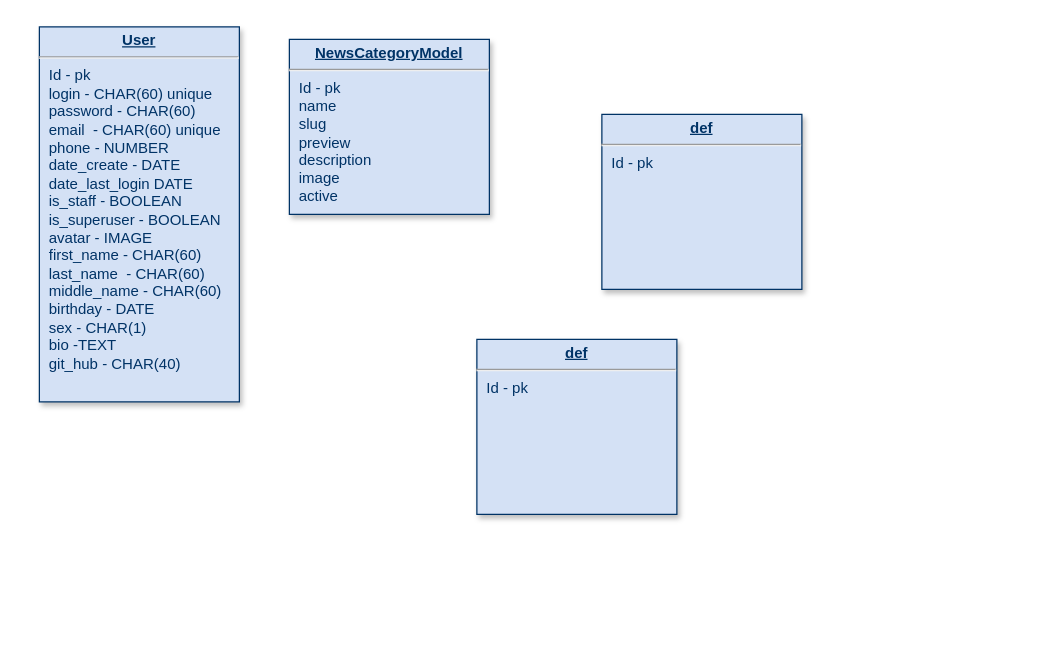
Earlier version of the draw.io diagram Диаграмма без названия.drawio (dimasikol/quiz_generate). Source tidied: cells renumbered, new cells numbered last; positions are measured from the earlier drawing's top-left corner, leaving out a move shared by most shapes. Both pictures are drawn from the tidied source at 125%, with x=0, y=0 at pixel (39, 26).
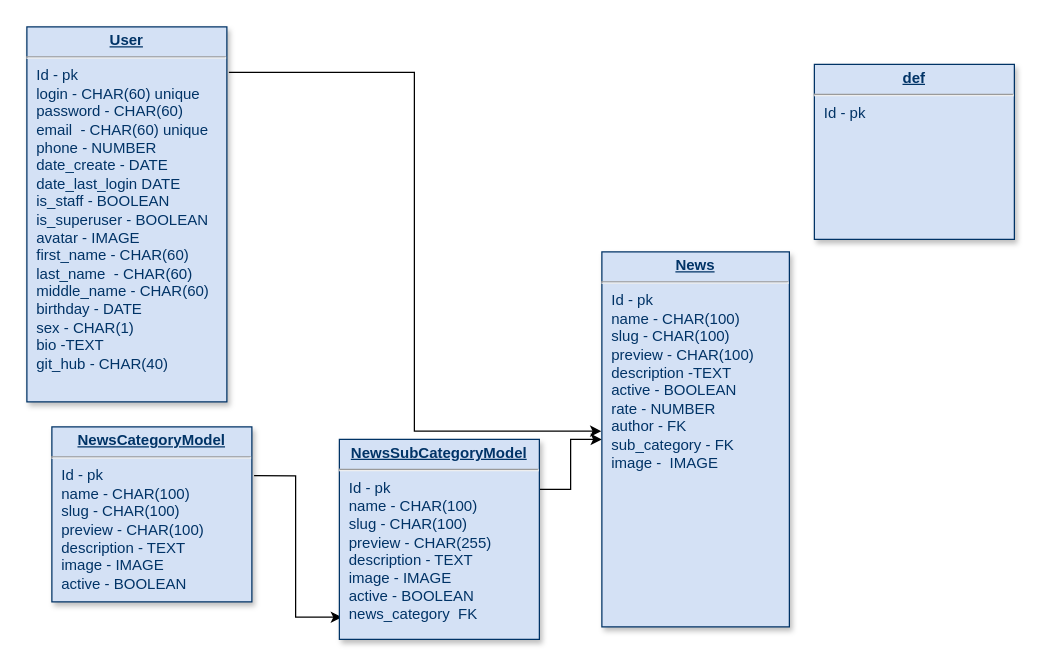
Above is the later version.

Diff of the diagram source:
```diff
@@
 <mxGraphModel>
   <root>
     <mxCell id="0" />
     <mxCell id="1" parent="0" />
+    <mxCell id="6" style="edgeStyle=orthogonalEdgeStyle;rounded=0;jettySize=auto;html=1;exitX=-0.01;exitY=0.879;exitDx=0;exitDy=0;exitPerimeter=0;entryX=1.003;entryY=0.522;entryDx=0;entryDy=0;entryPerimeter=0;" parent="1" edge="1" source="2" target="9">
+      <mxGeometry relative="1" as="geometry" />
+    </mxCell>
     <mxCell id="2" value="&lt;p style=&quot;margin: 0px; margin-top: 4px; text-align: center; text-decoration: underline;&quot;&gt;&lt;strong&gt;User&lt;/strong&gt;&lt;/p&gt;&lt;hr&gt;&lt;p style=&quot;margin: 0px; margin-left: 8px;&quot;&gt;Id - pk&lt;/p&gt;&lt;p style=&quot;margin: 0px; margin-left: 8px;&quot;&gt;login - CHAR(60) unique&lt;/p&gt;&lt;p style=&quot;margin: 0px; margin-left: 8px;&quot;&gt;password - CHAR(60)&lt;/p&gt;&lt;p style=&quot;margin: 0px; margin-left: 8px;&quot;&gt;email&amp;nbsp; - CHAR(60) unique&lt;/p&gt;&lt;p style=&quot;margin: 0px; margin-left: 8px;&quot;&gt;phone - NUMBER&lt;/p&gt;&lt;p style=&quot;margin: 0px; margin-left: 8px;&quot;&gt;date_create - DATE&lt;/p&gt;&lt;p style=&quot;margin: 0px; margin-left: 8px;&quot;&gt;date_last_login DATE&lt;/p&gt;&lt;p style=&quot;margin: 0px; margin-left: 8px;&quot;&gt;is_staff - BOOLEAN&lt;/p&gt;&lt;p style=&quot;margin: 0px; margin-left: 8px;&quot;&gt;is_superuser - BOOLEAN&lt;/p&gt;&lt;p style=&quot;margin: 0px; margin-left: 8px;&quot;&gt;avatar - IMAGE&lt;/p&gt;&lt;p style=&quot;margin: 0px; margin-left: 8px;&quot;&gt;first_name - CHAR(60)&lt;/p&gt;&lt;p style=&quot;margin: 0px; margin-left: 8px;&quot;&gt;last_name&amp;nbsp; - CHAR(60)&lt;/p&gt;&lt;p style=&quot;margin: 0px; margin-left: 8px;&quot;&gt;middle_name - CHAR(60)&lt;/p&gt;&lt;p style=&quot;margin: 0px; margin-left: 8px;&quot;&gt;birthday - DATE&lt;/p&gt;&lt;p style=&quot;margin: 0px; margin-left: 8px;&quot;&gt;sex - CHAR(1)&lt;/p&gt;&lt;p style=&quot;margin: 0px; margin-left: 8px;&quot;&gt;bio -TEXT&lt;/p&gt;&lt;p style=&quot;margin: 0px; margin-left: 8px;&quot;&gt;git_hub - CHAR(40)&lt;/p&gt;&lt;p style=&quot;margin: 0px; margin-left: 8px;&quot;&gt;&lt;br&gt;&lt;/p&gt;" style="verticalAlign=top;align=left;overflow=fill;fontSize=12;fontFamily=Helvetica;html=1;strokeColor=#003366;shadow=1;fillColor=#D4E1F5;fontColor=#003366;direction=west;" parent="1" vertex="1">
-      <mxGeometry width="160" height="300" as="geometry" />
+      <mxGeometry x="-10" width="160" height="300" as="geometry" />
     </mxCell>
+    <mxCell id="7" style="edgeStyle=orthogonalEdgeStyle;rounded=0;jettySize=auto;html=1;entryX=0.987;entryY=0.111;entryDx=0;entryDy=0;entryPerimeter=0;exitX=-0.011;exitY=0.721;exitDx=0;exitDy=0;exitPerimeter=0;" parent="1" edge="1" source="3" target="5">
+      <mxGeometry relative="1" as="geometry" />
+    </mxCell>
-    <mxCell id="3" value="&lt;p style=&quot;margin: 0px; margin-top: 4px; text-align: center; text-decoration: underline;&quot;&gt;&lt;strong&gt;NewsCategoryModel&lt;/strong&gt;&lt;/p&gt;&lt;hr&gt;&lt;p style=&quot;margin: 0px; margin-left: 8px;&quot;&gt;Id - pk&lt;/p&gt;&lt;p style=&quot;margin: 0px; margin-left: 8px;&quot;&gt;name&lt;/p&gt;&lt;p style=&quot;margin: 0px; margin-left: 8px;&quot;&gt;slug&lt;/p&gt;&lt;p style=&quot;margin: 0px; margin-left: 8px;&quot;&gt;preview&lt;/p&gt;&lt;p style=&quot;margin: 0px; margin-left: 8px;&quot;&gt;description&lt;/p&gt;&lt;p style=&quot;margin: 0px; margin-left: 8px;&quot;&gt;image&lt;/p&gt;&lt;p style=&quot;margin: 0px; margin-left: 8px;&quot;&gt;active&lt;/p&gt;" style="verticalAlign=top;align=left;overflow=fill;fontSize=12;fontFamily=Helvetica;html=1;strokeColor=#003366;shadow=1;fillColor=#D4E1F5;fontColor=#003366;direction=west;" parent="1" vertex="1">
-      <mxGeometry x="200" y="10" width="160" height="140" as="geometry" />
+    <mxCell id="3" value="&lt;p style=&quot;margin: 0px; margin-top: 4px; text-align: center; text-decoration: underline;&quot;&gt;&lt;strong&gt;NewsCategoryModel&lt;/strong&gt;&lt;/p&gt;&lt;hr&gt;&lt;p style=&quot;margin: 0px; margin-left: 8px;&quot;&gt;Id - pk&lt;/p&gt;&lt;p style=&quot;margin: 0px; margin-left: 8px;&quot;&gt;name - CHAR(100)&lt;/p&gt;&lt;p style=&quot;margin: 0px; margin-left: 8px;&quot;&gt;slug - CHAR(100)&lt;/p&gt;&lt;p style=&quot;margin: 0px; margin-left: 8px;&quot;&gt;preview - CHAR(100)&lt;/p&gt;&lt;p style=&quot;margin: 0px; margin-left: 8px;&quot;&gt;description - TEXT&lt;/p&gt;&lt;p style=&quot;margin: 0px; margin-left: 8px;&quot;&gt;image - IMAGE&lt;/p&gt;&lt;p style=&quot;margin: 0px; margin-left: 8px;&quot;&gt;active - BOOLEAN&lt;/p&gt;" style="verticalAlign=top;align=left;overflow=fill;fontSize=12;fontFamily=Helvetica;html=1;strokeColor=#003366;shadow=1;fillColor=#D4E1F5;fontColor=#003366;direction=west;" parent="1" vertex="1">
+      <mxGeometry x="10" y="320" width="160" height="140" as="geometry" />
     </mxCell>
     <mxCell id="4" value="&lt;p style=&quot;margin: 0px; margin-top: 4px; text-align: center; text-decoration: underline;&quot;&gt;&lt;strong&gt;def&lt;/strong&gt;&lt;/p&gt;&lt;hr&gt;&lt;p style=&quot;margin: 0px; margin-left: 8px;&quot;&gt;Id - pk&lt;/p&gt;&lt;p style=&quot;margin: 0px; margin-left: 8px;&quot;&gt;&lt;br&gt;&lt;/p&gt;" style="verticalAlign=top;align=left;overflow=fill;fontSize=12;fontFamily=Helvetica;html=1;strokeColor=#003366;shadow=1;fillColor=#D4E1F5;fontColor=#003366;direction=west;" parent="1" vertex="1">
-      <mxGeometry x="450" y="70" width="160" height="140" as="geometry" />
+      <mxGeometry x="620" y="30" width="160" height="140" as="geometry" />
     </mxCell>
+    <mxCell id="8" style="edgeStyle=orthogonalEdgeStyle;rounded=0;jettySize=auto;html=1;exitX=0;exitY=0.75;exitDx=0;exitDy=0;entryX=1;entryY=0.5;entryDx=0;entryDy=0;" parent="1" edge="1" source="5" target="9">
+      <mxGeometry relative="1" as="geometry">
+        <Array as="points">
+          <mxPoint x="425" y="370" />
+          <mxPoint x="425" y="330" />
+        </Array>
+      </mxGeometry>
+    </mxCell>
-    <mxCell id="5" value="&lt;p style=&quot;margin: 0px; margin-top: 4px; text-align: center; text-decoration: underline;&quot;&gt;&lt;strong&gt;def&lt;/strong&gt;&lt;/p&gt;&lt;hr&gt;&lt;p style=&quot;margin: 0px; margin-left: 8px;&quot;&gt;Id - pk&lt;/p&gt;&lt;p style=&quot;margin: 0px; margin-left: 8px;&quot;&gt;&lt;br&gt;&lt;/p&gt;" style="verticalAlign=top;align=left;overflow=fill;fontSize=12;fontFamily=Helvetica;html=1;strokeColor=#003366;shadow=1;fillColor=#D4E1F5;fontColor=#003366;direction=west;" parent="1" vertex="1">
-      <mxGeometry x="350" y="250" width="160" height="140" as="geometry" />
+    <mxCell id="5" value="&lt;p style=&quot;margin: 0px; margin-top: 4px; text-align: center; text-decoration: underline;&quot;&gt;&lt;strong&gt;NewsSubCategoryModel&lt;/strong&gt;&lt;/p&gt;&lt;hr&gt;&lt;p style=&quot;margin: 0px; margin-left: 8px;&quot;&gt;Id - pk&lt;/p&gt;&lt;p style=&quot;margin: 0px; margin-left: 8px;&quot;&gt;name - CHAR(100)&lt;/p&gt;&lt;p style=&quot;margin: 0px; margin-left: 8px;&quot;&gt;slug - CHAR(100)&lt;/p&gt;&lt;p style=&quot;margin: 0px; margin-left: 8px;&quot;&gt;preview - CHAR(255)&lt;/p&gt;&lt;p style=&quot;border-color: var(--border-color); margin: 0px 0px 0px 8px;&quot;&gt;description - TEXT&lt;/p&gt;&lt;p style=&quot;border-color: var(--border-color); margin: 0px 0px 0px 8px;&quot;&gt;image - IMAGE&lt;/p&gt;&lt;p style=&quot;border-color: var(--border-color); margin: 0px 0px 0px 8px;&quot;&gt;active - BOOLEAN&lt;/p&gt;&lt;p style=&quot;border-color: var(--border-color); margin: 0px 0px 0px 8px;&quot;&gt;news_category&amp;nbsp; FK&lt;/p&gt;" style="verticalAlign=top;align=left;overflow=fill;fontSize=12;fontFamily=Helvetica;html=1;strokeColor=#003366;shadow=1;fillColor=#D4E1F5;fontColor=#003366;direction=west;" parent="1" vertex="1">
+      <mxGeometry x="240" y="330" width="160" height="160" as="geometry" />
     </mxCell>
+    <mxCell id="9" value="&lt;p style=&quot;margin: 0px; margin-top: 4px; text-align: center; text-decoration: underline;&quot;&gt;&lt;strong&gt;News&lt;/strong&gt;&lt;/p&gt;&lt;hr&gt;&lt;p style=&quot;margin: 0px; margin-left: 8px;&quot;&gt;Id - pk&lt;/p&gt;&lt;p style=&quot;margin: 0px; margin-left: 8px;&quot;&gt;name - CHAR(100)&lt;/p&gt;&lt;p style=&quot;margin: 0px; margin-left: 8px;&quot;&gt;slug - CHAR(100)&lt;/p&gt;&lt;p style=&quot;margin: 0px; margin-left: 8px;&quot;&gt;preview - CHAR(100)&lt;/p&gt;&lt;p style=&quot;margin: 0px; margin-left: 8px;&quot;&gt;description -TEXT&lt;/p&gt;&lt;p style=&quot;margin: 0px; margin-left: 8px;&quot;&gt;active - BOOLEAN&lt;/p&gt;&lt;p style=&quot;margin: 0px; margin-left: 8px;&quot;&gt;rate - NUMBER&lt;/p&gt;&lt;p style=&quot;margin: 0px; margin-left: 8px;&quot;&gt;author - FK&lt;/p&gt;&lt;p style=&quot;margin: 0px; margin-left: 8px;&quot;&gt;sub_category - FK&lt;/p&gt;&lt;p style=&quot;margin: 0px; margin-left: 8px;&quot;&gt;image -&amp;nbsp; IMAGE&lt;/p&gt;" style="verticalAlign=top;align=left;overflow=fill;fontSize=12;fontFamily=Helvetica;html=1;strokeColor=#003366;shadow=1;fillColor=#D4E1F5;fontColor=#003366;direction=west;" parent="1" vertex="1">
+      <mxGeometry x="450" y="180" width="150" height="300" as="geometry" />
+    </mxCell>
   </root>
 </mxGraphModel>
```
